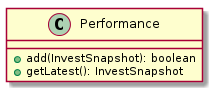
Earlier version of the PlantUML export elmma/elmma-model/diagrams/de.elmma.model.Performance.png (swillrich/eimma).
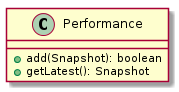
Above is the later version.

What changed in the source:
```diff
@@ -2,8 +2,8 @@
 
     class Performance {
         [[../../../de/elmma/model/Performance.html]]
-        +add(InvestSnapshot): boolean
-        +getLatest(): InvestSnapshot
+        +add(Snapshot): boolean
+        +getLatest(): Snapshot
     }
 
 @enduml
```
